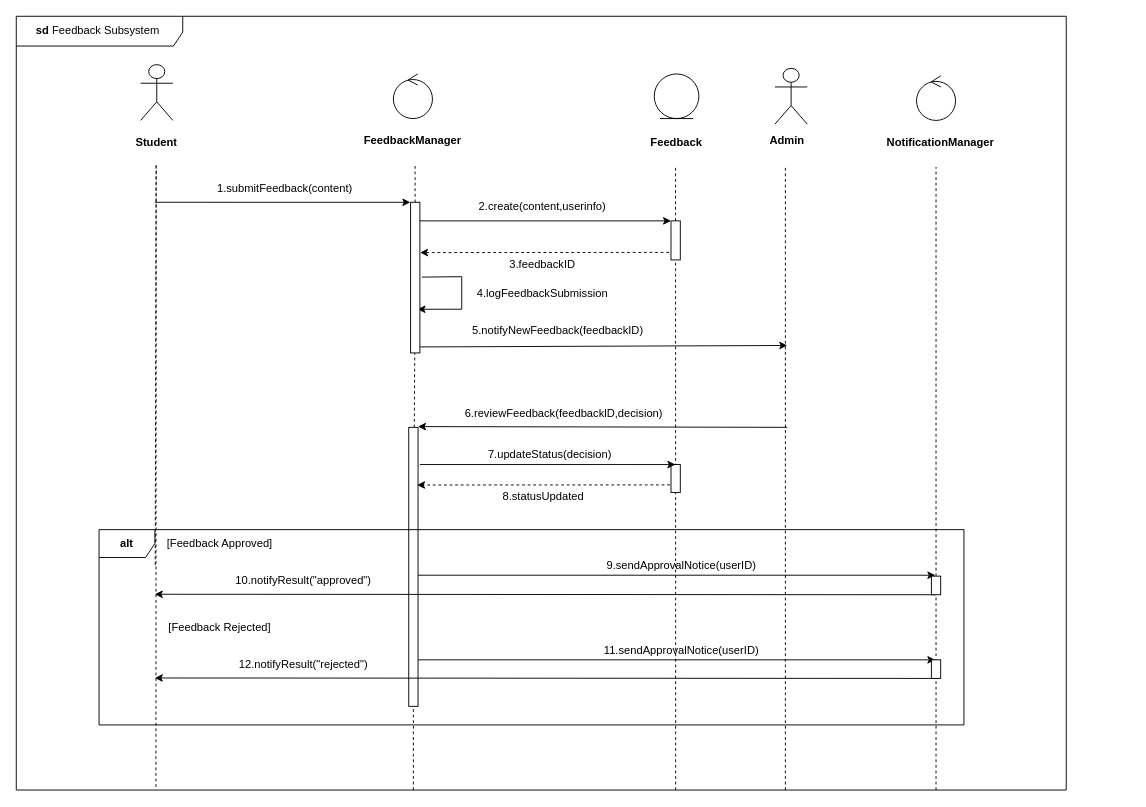
Above: Assignment2/models/FeedBackInteraction.drawio in qianlinnian/se_sad_project (draw.io), before the change. Source tidied: cells renumbered, new cells numbered last; positions are measured from the earlier drawing's top-left corner, leaving out a move shared by most shapes. Both pictures are drawn from the tidied source at 93%, with x=0, y=0 at pixel (16, 16).
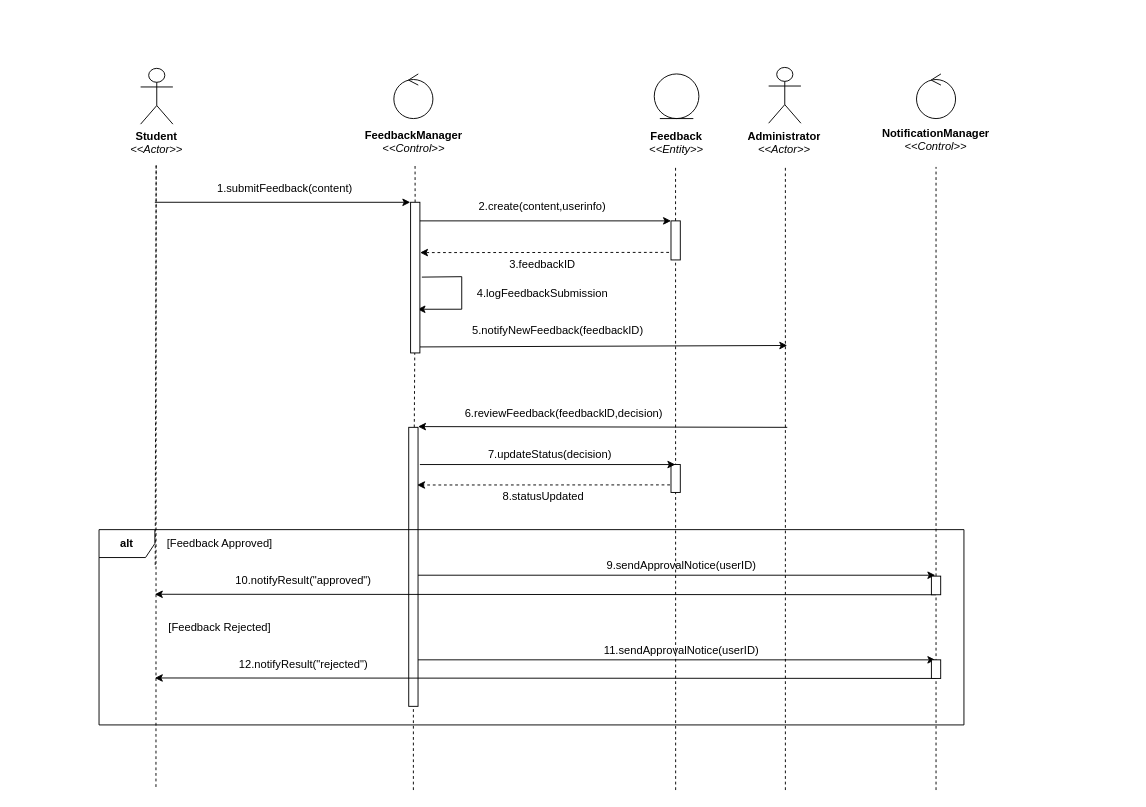
The same page after the edit.

The edit, as a diff of the source:
```diff
@@
     <mxCell id="5" style="group;" parent="1" vertex="1">
-      <mxGeometry x="99" y="62" width="104" height="87" as="geometry" />
+      <mxGeometry x="99" y="56" width="104" height="100" as="geometry" />
     </mxCell>
     <mxCell id="6" style="shape=umlActor;verticalLabelPosition=bottom;verticalAlign=top;html=1;" parent="5" vertex="1">
-      <mxGeometry x="34.7" y="-10" width="34.7" height="60" as="geometry" />
+      <mxGeometry x="34.7" width="34.7" height="60" as="geometry" />
     </mxCell>
-    <mxCell id="7" value="&lt;b&gt;Student&lt;/b&gt;" style="text;strokeColor=none;fillColor=none;align=center;verticalAlign=top;spacingLeft=4;spacingRight=4;overflow=hidden;whiteSpace=wrap;html=1;" parent="5" vertex="1">
-      <mxGeometry y="60" width="104" height="26" as="geometry" />
+    <mxCell id="7" value="&lt;b&gt;Student&lt;/b&gt;&lt;div&gt;&lt;div&gt;&lt;i&gt;&amp;lt;&amp;lt;Actor&amp;gt;&amp;gt;&lt;/i&gt;&lt;br&gt;&lt;/div&gt;&lt;div&gt;&lt;i&gt;&lt;br&gt;&lt;/i&gt;&lt;/div&gt;&lt;b&gt;&lt;/b&gt;&lt;/div&gt;" style="text;strokeColor=none;fillColor=none;align=center;verticalAlign=top;spacingLeft=4;spacingRight=4;overflow=hidden;whiteSpace=wrap;html=1;" parent="5" vertex="1">
+      <mxGeometry y="60" width="104" height="40" as="geometry" />
     </mxCell>
     <mxCell id="8" style="group;" parent="1" vertex="1">
-      <mxGeometry x="369" y="72" width="115" height="74" as="geometry" />
+      <mxGeometry x="369.5" y="74" width="115" height="90" as="geometry" />
     </mxCell>
-    <mxCell id="9" value="&lt;b&gt;FeedbackManager&lt;/b&gt;" style="text;strokeColor=none;fillColor=none;align=center;verticalAlign=top;spacingLeft=4;spacingRight=4;overflow=hidden;whiteSpace=wrap;html=1;" parent="8" vertex="1">
-      <mxGeometry y="48" width="115" height="26" as="geometry" />
+    <mxCell id="9" value="&lt;div&gt;&lt;b style=&quot;background-color: transparent; color: light-dark(rgb(0, 0, 0), rgb(255, 255, 255));&quot;&gt;FeedbackManager&lt;/b&gt;&lt;/div&gt;&lt;div&gt;&lt;i&gt;&amp;lt;&amp;lt;Control&amp;gt;&amp;gt;&lt;/i&gt;&lt;b style=&quot;background-color: transparent; color: light-dark(rgb(0, 0, 0), rgb(255, 255, 255));&quot;&gt;&lt;/b&gt;&lt;/div&gt;" style="text;strokeColor=none;fillColor=none;align=center;verticalAlign=top;spacingLeft=4;spacingRight=4;overflow=hidden;whiteSpace=wrap;html=1;" parent="8" vertex="1">
+      <mxGeometry y="40" width="115" height="38.1" as="geometry" />
     </mxCell>
     <mxCell id="10" style="ellipse;shape=umlControl;whiteSpace=wrap;html=1;" parent="8" vertex="1">
-      <mxGeometry x="36.5" y="-10" width="42" height="48" as="geometry" />
+      <mxGeometry x="36.5" y="-12" width="42" height="48" as="geometry" />
     </mxCell>
     <mxCell id="11" style="group;" parent="1" vertex="1">
-      <mxGeometry x="879" y="74" width="318" height="74" as="geometry" />
+      <mxGeometry x="879" y="74" width="318" height="88" as="geometry" />
     </mxCell>
     <mxCell id="12" style="group;" parent="11" vertex="1">
-      <mxGeometry x="60" y="-2" width="120" height="74" as="geometry" />
+      <mxGeometry x="60" y="-2" width="120" height="90" as="geometry" />
     </mxCell>
-    <mxCell id="13" value="&lt;b&gt;NotificationManager&lt;/b&gt;" style="text;strokeColor=none;fillColor=none;align=center;verticalAlign=top;spacingLeft=4;spacingRight=4;overflow=hidden;whiteSpace=wrap;html=1;" parent="12" vertex="1">
-      <mxGeometry x="-10" y="50" width="130" height="24" as="geometry" />
+    <mxCell id="13" value="&lt;div&gt;&lt;div&gt;&lt;b style=&quot;background-color: transparent; color: light-dark(rgb(0, 0, 0), rgb(255, 255, 255));&quot;&gt;NotificationManager&lt;/b&gt;&lt;/div&gt;&lt;/div&gt;&lt;div&gt;&lt;i&gt;&amp;lt;&amp;lt;Control&amp;gt;&amp;gt;&lt;/i&gt;&lt;b style=&quot;background-color: transparent; color: light-dark(rgb(0, 0, 0), rgb(255, 255, 255));&quot;&gt;&lt;/b&gt;&lt;/div&gt;" style="text;strokeColor=none;fillColor=none;align=center;verticalAlign=top;spacingLeft=4;spacingRight=4;overflow=hidden;whiteSpace=wrap;html=1;" parent="12" vertex="1">
+      <mxGeometry x="-15" y="40" width="130" height="40" as="geometry" />
     </mxCell>
     <mxCell id="14" style="ellipse;shape=umlControl;whiteSpace=wrap;html=1;" parent="12" vertex="1">
-      <mxGeometry x="29" y="-8" width="42" height="48" as="geometry" />
+      <mxGeometry x="29" y="-10" width="42" height="48" as="geometry" />
     </mxCell>
     <mxCell id="15" style="group;" parent="11" vertex="1">
-      <mxGeometry x="-100" y="-2" width="100" height="74" as="geometry" />
+      <mxGeometry x="-100" y="-2" width="100" height="90" as="geometry" />
     </mxCell>
-    <mxCell id="16" value="&lt;b&gt;Admin&lt;/b&gt;" style="text;strokeColor=none;fillColor=none;align=center;verticalAlign=top;spacingLeft=4;spacingRight=4;overflow=hidden;whiteSpace=wrap;html=1;" parent="15" vertex="1">
-      <mxGeometry y="48" width="100" height="26" as="geometry" />
+    <mxCell id="16" value="&lt;b&gt;Administrator&lt;/b&gt;&lt;div&gt;&lt;div&gt;&lt;i&gt;&amp;lt;&amp;lt;Actor&amp;gt;&amp;gt;&lt;/i&gt;&lt;br&gt;&lt;/div&gt;&lt;div&gt;&lt;i&gt;&lt;br&gt;&lt;/i&gt;&lt;/div&gt;&lt;b&gt;&lt;/b&gt;&lt;/div&gt;" style="text;strokeColor=none;fillColor=none;align=center;verticalAlign=top;spacingLeft=4;spacingRight=4;overflow=hidden;whiteSpace=wrap;html=1;" parent="15" vertex="1">
+      <mxGeometry x="-2.7" y="43" width="100" height="42" as="geometry" />
     </mxCell>
+    <mxCell id="80" style="shape=umlActor;verticalLabelPosition=bottom;verticalAlign=top;html=1;" parent="15" vertex="1">
+      <mxGeometry x="30" y="-17" width="34.7" height="60" as="geometry" />
+    </mxCell>
@@
-    <mxCell id="18" style="endArrow=none;dashed=1;html=1;rounded=0;exitX=0.133;exitY=0.996;exitDx=0;exitDy=0;exitPerimeter=0;" parent="1" edge="1" source="33">
+    <mxCell id="18" style="endArrow=none;dashed=1;html=1;rounded=0;exitX=0.133;exitY=0.996;exitDx=0;exitDy=0;exitPerimeter=0;" parent="1" edge="1">
       <mxGeometry relative="1" as="geometry">
+        <mxPoint x="150.2" y="828.7" as="sourcePoint" />
         <mxPoint x="150.4" y="160" as="targetPoint" />
       </mxGeometry>
     </mxCell>
@@
-    <mxCell id="20" style="endArrow=none;dashed=1;html=1;rounded=0;exitX=0.628;exitY=1;exitDx=0;exitDy=0;exitPerimeter=0;" parent="1" edge="1" source="33">
+    <mxCell id="20" style="endArrow=none;dashed=1;html=1;rounded=0;exitX=0.628;exitY=1;exitDx=0;exitDy=0;exitPerimeter=0;" parent="1" edge="1">
       <mxGeometry relative="1" as="geometry">
+        <mxPoint x="709" y="832" as="sourcePoint" />
         <mxPoint x="708.9" y="160" as="targetPoint" />
       </mxGeometry>
     </mxCell>
@@
-    <mxCell id="33" value="&lt;b&gt;sd&lt;/b&gt; Feedback Subsystem&amp;nbsp;" style="shape=umlFrame;whiteSpace=wrap;html=1;width=179;height=32;" parent="1" vertex="1">
-      <mxGeometry width="1129" height="832" as="geometry" />
-    </mxCell>
@@
-    <mxCell id="56" value="&lt;b&gt;Feedback&lt;/b&gt;&lt;div&gt;&lt;b&gt;&lt;br&gt;&lt;/b&gt;&lt;/div&gt;" style="text;strokeColor=none;fillColor=none;align=center;verticalAlign=top;spacingLeft=4;spacingRight=4;overflow=hidden;whiteSpace=wrap;html=1;" parent="1" vertex="1">
-      <mxGeometry x="604.2" y="122" width="211.5" height="26" as="geometry" />
+    <mxCell id="56" value="&lt;div&gt;&lt;b style=&quot;background-color: transparent; color: light-dark(rgb(0, 0, 0), rgb(255, 255, 255));&quot;&gt;Feedback&lt;/b&gt;&lt;/div&gt;&lt;div&gt;&lt;div&gt;&lt;i&gt;&amp;lt;&amp;lt;Entity&amp;gt;&amp;gt;&lt;/i&gt;&lt;br&gt;&lt;/div&gt;&lt;div&gt;&lt;i&gt;&lt;br&gt;&lt;/i&gt;&lt;/div&gt;&lt;b&gt;&lt;/b&gt;&lt;/div&gt;" style="text;strokeColor=none;fillColor=none;align=center;verticalAlign=top;spacingLeft=4;spacingRight=4;overflow=hidden;whiteSpace=wrap;html=1;" parent="1" vertex="1">
+      <mxGeometry x="604.2" y="116" width="211.5" height="40" as="geometry" />
     </mxCell>
@@
-    <mxCell id="80" style="shape=umlActor;verticalLabelPosition=bottom;verticalAlign=top;html=1;" parent="1" vertex="1">
-      <mxGeometry x="815.8" y="56" width="34.7" height="60" as="geometry" />
-    </mxCell>
```
